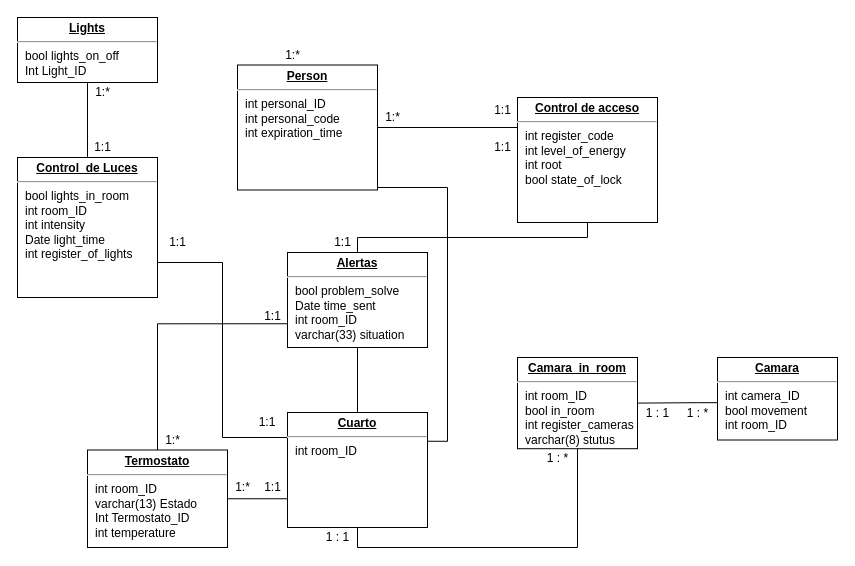
Above: act3/Tarea 3 en equipo.drawio in DemiurgeApeiron/A01028325-InternetOfThings (draw.io), before the change. Source tidied: cells renumbered, new cells numbered last; positions are measured from the earlier drawing's top-left corner, leaving out a move shared by most shapes. Both pictures are drawn from the tidied source at 100%, with x=0, y=0 at pixel (17, 17).
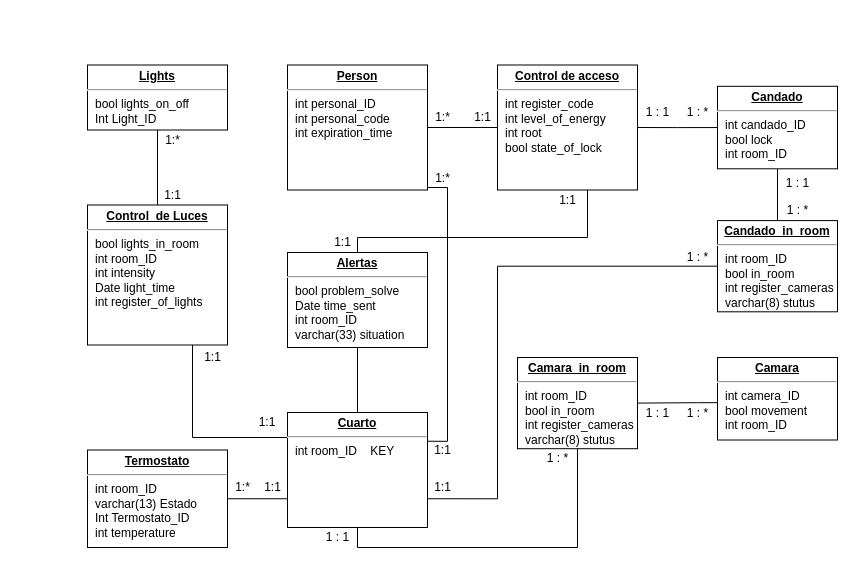
After the change.

Unchanged cells that the change refers to:
```xml
<mxCell id="5" value="&lt;p style=&quot;margin: 0px ; margin-top: 4px ; text-align: center ; text-decoration: underline&quot;&gt;&lt;b&gt;Alertas&lt;/b&gt;&lt;/p&gt;&lt;hr&gt;&lt;p style=&quot;margin: 0px ; margin-left: 8px&quot;&gt;bool problem_solve&lt;/p&gt;&lt;p style=&quot;margin: 0px ; margin-left: 8px&quot;&gt;Date time_sent&lt;/p&gt;&lt;p style=&quot;margin: 0px ; margin-left: 8px&quot;&gt;int room_ID&lt;/p&gt;&lt;p style=&quot;margin: 0px ; margin-left: 8px&quot;&gt;varchar(33) situation&lt;/p&gt;" style="verticalAlign=top;align=left;overflow=fill;fontSize=12;fontFamily=Helvetica;html=1;rounded=0;shadow=0;comic=0;labelBackgroundColor=none;strokeWidth=1;" parent="1" vertex="1">
  <mxGeometry x="270" y="235" width="140" height="95" as="geometry" />
</mxCell>
<mxCell id="27" value="&lt;p style=&quot;margin: 0px ; margin-top: 4px ; text-align: center ; text-decoration: underline&quot;&gt;&lt;b&gt;Termostato&lt;/b&gt;&lt;/p&gt;&lt;hr&gt;&lt;p style=&quot;margin: 0px ; margin-left: 8px&quot;&gt;int room_ID&lt;/p&gt;&lt;p style=&quot;margin: 0px ; margin-left: 8px&quot;&gt;varchar(13) Estado&lt;/p&gt;&lt;p style=&quot;margin: 0px ; margin-left: 8px&quot;&gt;Int Termostato_ID&lt;/p&gt;&lt;p style=&quot;margin: 0px ; margin-left: 8px&quot;&gt;int temperature&lt;/p&gt;" style="verticalAlign=top;align=left;overflow=fill;fontSize=12;fontFamily=Helvetica;html=1;rounded=0;shadow=0;comic=0;labelBackgroundColor=none;strokeWidth=1;" parent="1" vertex="1">
  <mxGeometry x="70" y="432.5" width="140" height="97.5" as="geometry" />
</mxCell>
```

Change to the diagram source:
```diff
@@
     <mxCell id="2" value="&lt;p style=&quot;margin: 0px ; margin-top: 4px ; text-align: center ; text-decoration: underline&quot;&gt;&lt;b&gt;Control&amp;nbsp; de Luces&lt;/b&gt;&lt;/p&gt;&lt;hr&gt;&lt;p style=&quot;margin: 0px ; margin-left: 8px&quot;&gt;bool lights_in_room&lt;/p&gt;&lt;p style=&quot;margin: 0px ; margin-left: 8px&quot;&gt;int room_ID&lt;/p&gt;&lt;p style=&quot;margin: 0px ; margin-left: 8px&quot;&gt;int intensity&lt;/p&gt;&lt;p style=&quot;margin: 0px ; margin-left: 8px&quot;&gt;Date light_time&lt;/p&gt;&lt;p style=&quot;margin: 0px ; margin-left: 8px&quot;&gt;int register_of_lights&lt;/p&gt;&lt;p style=&quot;margin: 0px ; margin-left: 8px&quot;&gt;&lt;br&gt;&lt;/p&gt;&lt;p style=&quot;margin: 0px ; margin-left: 8px&quot;&gt;&lt;br&gt;&lt;/p&gt;" style="verticalAlign=top;align=left;overflow=fill;fontSize=12;fontFamily=Helvetica;html=1;rounded=0;shadow=0;comic=0;labelBackgroundColor=none;strokeWidth=1;" parent="1" vertex="1">
-      <mxGeometry y="140" width="140" height="140" as="geometry" />
+      <mxGeometry x="70" y="187.5" width="140" height="140" as="geometry" />
     </mxCell>
@@
-    <mxCell id="6" style="edgeStyle=orthogonalEdgeStyle;rounded=0;html=1;exitX=0;exitY=0.25;entryX=1;entryY=0.75;labelBackgroundColor=none;endArrow=none;endFill=0;endSize=8;fontFamily=Verdana;fontSize=12;align=left;" parent="1" edge="1" source="7" target="2">
+    <mxCell id="6" style="edgeStyle=orthogonalEdgeStyle;rounded=0;html=1;exitX=0;exitY=0.25;entryX=0.75;entryY=1;labelBackgroundColor=none;endArrow=none;endFill=0;endSize=8;fontFamily=Verdana;fontSize=12;align=left;entryDx=0;entryDy=0;" parent="1" edge="1" source="7" target="2">
       <mxGeometry relative="1" as="geometry">
         <Array as="points">
           <mxPoint x="270" y="420" />
-          <mxPoint x="205" y="420" />
-          <mxPoint x="205" y="245" />
+          <mxPoint x="175" y="420" />
         </Array>
       </mxGeometry>
     </mxCell>
-    <mxCell id="7" value="&lt;p style=&quot;margin: 0px ; margin-top: 4px ; text-align: center ; text-decoration: underline&quot;&gt;&lt;b&gt;Cuarto&lt;/b&gt;&lt;/p&gt;&lt;hr&gt;&lt;p style=&quot;margin: 0px ; margin-left: 8px&quot;&gt;int room_ID&lt;/p&gt;&lt;p style=&quot;margin: 0px ; margin-left: 8px&quot;&gt;&lt;br&gt;&lt;/p&gt;" style="verticalAlign=top;align=left;overflow=fill;fontSize=12;fontFamily=Helvetica;html=1;rounded=0;shadow=0;comic=0;labelBackgroundColor=none;strokeWidth=1;" parent="1" vertex="1">
+    <mxCell id="7" value="&lt;p style=&quot;margin: 0px ; margin-top: 4px ; text-align: center ; text-decoration: underline&quot;&gt;&lt;b&gt;Cuarto&lt;/b&gt;&lt;/p&gt;&lt;hr&gt;&lt;p style=&quot;margin: 0px ; margin-left: 8px&quot;&gt;int room_ID&amp;nbsp;&amp;nbsp;&amp;nbsp; KEY&lt;br&gt;&lt;/p&gt;&lt;p style=&quot;margin: 0px ; margin-left: 8px&quot;&gt;&lt;br&gt;&lt;/p&gt;" style="verticalAlign=top;align=left;overflow=fill;fontSize=12;fontFamily=Helvetica;html=1;rounded=0;shadow=0;comic=0;labelBackgroundColor=none;strokeWidth=1;" parent="1" vertex="1">
       <mxGeometry x="270" y="395" width="140" height="115" as="geometry" />
     </mxCell>
@@
     <mxCell id="9" value="&lt;p style=&quot;margin: 0px ; margin-top: 4px ; text-align: center ; text-decoration: underline&quot;&gt;&lt;b&gt;Control de acceso&lt;/b&gt;&lt;/p&gt;&lt;hr&gt;&lt;p style=&quot;margin: 0px ; margin-left: 8px&quot;&gt;int register_code&lt;/p&gt;&lt;p style=&quot;margin: 0px ; margin-left: 8px&quot;&gt;int level_of_energy&lt;/p&gt;&lt;p style=&quot;margin: 0px ; margin-left: 8px&quot;&gt;int root&lt;/p&gt;&lt;p style=&quot;margin: 0px ; margin-left: 8px&quot;&gt;bool state_of_lock&lt;/p&gt;&lt;p style=&quot;margin: 0px ; margin-left: 8px&quot;&gt;&lt;br&gt;&lt;/p&gt;" style="verticalAlign=top;align=left;overflow=fill;fontSize=12;fontFamily=Helvetica;html=1;rounded=0;shadow=0;comic=0;labelBackgroundColor=none;strokeWidth=1;" parent="1" vertex="1">
-      <mxGeometry x="500" y="80" width="140" height="125" as="geometry" />
+      <mxGeometry x="480" y="47.5" width="140" height="125" as="geometry" />
     </mxCell>
@@
     <mxCell id="12" value="1:1" style="text;html=1;align=center;verticalAlign=middle;" parent="1" vertex="1">
-      <mxGeometry x="145" y="215" width="30" height="20" as="geometry" />
+      <mxGeometry x="180" y="330" width="30" height="20" as="geometry" />
     </mxCell>
@@
     <mxCell id="14" value="1:1" style="text;html=1;align=center;verticalAlign=middle;" parent="1" vertex="1">
-      <mxGeometry x="470" y="120" width="30" height="20" as="geometry" />
+      <mxGeometry x="535" y="172.5" width="30" height="20" as="geometry" />
     </mxCell>
-    <mxCell id="15" style="edgeStyle=orthogonalEdgeStyle;rounded=0;jettySize=auto;html=1;exitX=1;exitY=0.5;exitDx=0;exitDy=0;entryX=0;entryY=0.25;entryDx=0;entryDy=0;endArrow=none;endFill=0;" parent="1" edge="1" source="17" target="9">
-      <mxGeometry relative="1" as="geometry">
-        <Array as="points">
-          <mxPoint x="500" y="110" />
-        </Array>
-      </mxGeometry>
+    <mxCell id="15" style="edgeStyle=orthogonalEdgeStyle;rounded=0;jettySize=auto;html=1;exitX=1;exitY=0.5;exitDx=0;exitDy=0;entryX=0;entryY=0.5;entryDx=0;entryDy=0;endArrow=none;endFill=0;" parent="1" edge="1" source="17" target="9">
+      <mxGeometry relative="1" as="geometry" />
     </mxCell>
@@
     <mxCell id="17" value="&lt;p style=&quot;margin: 0px ; margin-top: 4px ; text-align: center ; text-decoration: underline&quot;&gt;&lt;b&gt;Person&lt;/b&gt;&lt;/p&gt;&lt;hr&gt;&lt;p style=&quot;margin: 0px ; margin-left: 8px&quot;&gt;int personal_ID&lt;/p&gt;&lt;p style=&quot;margin: 0px ; margin-left: 8px&quot;&gt;int personal_code&lt;/p&gt;&lt;p style=&quot;margin: 0px ; margin-left: 8px&quot;&gt;int expiration_time&lt;/p&gt;" style="verticalAlign=top;align=left;overflow=fill;fontSize=12;fontFamily=Helvetica;html=1;rounded=0;shadow=0;comic=0;labelBackgroundColor=none;strokeWidth=1;" parent="1" vertex="1">
-      <mxGeometry x="220" y="47.5" width="140" height="125" as="geometry" />
+      <mxGeometry x="270" y="47.5" width="140" height="125" as="geometry" />
     </mxCell>
-    <mxCell id="18" value="1:*" style="text;html=1;align=center;verticalAlign=middle;" parent="1" vertex="1">
-      <mxGeometry x="260" y="27.5" width="30" height="20" as="geometry" />
-    </mxCell>
     <mxCell id="19" value="1:1" style="text;html=1;align=center;verticalAlign=middle;" parent="1" vertex="1">
-      <mxGeometry x="470" y="82.5" width="30" height="20" as="geometry" />
+      <mxGeometry x="450" y="90" width="30" height="20" as="geometry" />
     </mxCell>
     <mxCell id="20" value="1:*" style="text;html=1;align=center;verticalAlign=middle;" parent="1" vertex="1">
-      <mxGeometry x="360" y="90" width="30" height="20" as="geometry" />
+      <mxGeometry x="410" y="90" width="30" height="20" as="geometry" />
     </mxCell>
@@
     <mxCell id="22" value="&lt;p style=&quot;margin: 0px ; margin-top: 4px ; text-align: center ; text-decoration: underline&quot;&gt;&lt;b&gt;Lights&lt;/b&gt;&lt;/p&gt;&lt;hr&gt;&lt;p style=&quot;margin: 0px ; margin-left: 8px&quot;&gt;bool lights_on_off&lt;/p&gt;&lt;p style=&quot;margin: 0px ; margin-left: 8px&quot;&gt;Int Light_ID&lt;br&gt;&lt;/p&gt;&lt;p style=&quot;margin: 0px ; margin-left: 8px&quot;&gt;&lt;br&gt;&lt;/p&gt;" style="verticalAlign=top;align=left;overflow=fill;fontSize=12;fontFamily=Helvetica;html=1;rounded=0;shadow=0;comic=0;labelBackgroundColor=none;strokeWidth=1;" parent="1" vertex="1">
-      <mxGeometry width="140" height="65" as="geometry" />
+      <mxGeometry x="70" y="47.5" width="140" height="65" as="geometry" />
     </mxCell>
@@
-    <mxCell id="26" style="edgeStyle=orthogonalEdgeStyle;rounded=0;jettySize=auto;html=1;entryX=0;entryY=0.75;entryDx=0;entryDy=0;endArrow=none;endFill=0;" parent="1" edge="1" source="27" target="5">
-      <mxGeometry relative="1" as="geometry">
-        <Array as="points">
-          <mxPoint x="140" y="306" />
-        </Array>
-      </mxGeometry>
-    </mxCell>
@@
     <mxCell id="32" value="1:1" style="text;html=1;align=center;verticalAlign=middle;" parent="1" vertex="1">
-      <mxGeometry x="70" y="120" width="30" height="20" as="geometry" />
+      <mxGeometry x="140" y="167.5" width="30" height="20" as="geometry" />
     </mxCell>
     <mxCell id="33" value="1:*" style="text;html=1;align=center;verticalAlign=middle;" parent="1" vertex="1">
-      <mxGeometry x="70" y="65" width="30" height="20" as="geometry" />
+      <mxGeometry x="140" y="112.5" width="30" height="20" as="geometry" />
     </mxCell>
@@
-    <mxCell id="36" value="1:1" style="text;html=1;align=center;verticalAlign=middle;" parent="1" vertex="1">
-      <mxGeometry x="240" y="288.8" width="30" height="20" as="geometry" />
-    </mxCell>
-    <mxCell id="37" value="1:*" style="text;html=1;align=center;verticalAlign=middle;" parent="1" vertex="1">
-      <mxGeometry x="140" y="412.5" width="30" height="20" as="geometry" />
-    </mxCell>
+    <mxCell id="38" style="edgeStyle=orthogonalEdgeStyle;rounded=0;jettySize=auto;html=1;endArrow=none;endFill=0;entryX=0.5;entryY=0;entryDx=0;entryDy=0;" parent="1" edge="1" source="40" target="43">
+      <mxGeometry relative="1" as="geometry" />
+    </mxCell>
+    <mxCell id="39" style="edgeStyle=orthogonalEdgeStyle;rounded=0;jettySize=auto;html=1;exitX=0;exitY=0.5;exitDx=0;exitDy=0;entryX=1;entryY=0.5;entryDx=0;entryDy=0;endArrow=none;endFill=0;" parent="1" edge="1" source="40" target="9">
+      <mxGeometry relative="1" as="geometry" />
+    </mxCell>
+    <mxCell id="40" value="&lt;p style=&quot;margin: 0px ; margin-top: 4px ; text-align: center ; text-decoration: underline&quot;&gt;&lt;b&gt;Candado&lt;/b&gt;&lt;/p&gt;&lt;hr&gt;&lt;p style=&quot;margin: 0px ; margin-left: 8px&quot;&gt;int candado_ID&lt;/p&gt;&lt;p style=&quot;margin: 0px ; margin-left: 8px&quot;&gt;bool lock&lt;/p&gt;&lt;p style=&quot;margin: 0px ; margin-left: 8px&quot;&gt;int room_ID&lt;/p&gt;" style="verticalAlign=top;align=left;overflow=fill;fontSize=12;fontFamily=Helvetica;html=1;rounded=0;shadow=0;comic=0;labelBackgroundColor=none;strokeWidth=1;" parent="1" vertex="1">
+      <mxGeometry x="700" y="68.8" width="120" height="82.5" as="geometry" />
+    </mxCell>
+    <mxCell id="41" value="1 : *" style="text;html=1;align=center;verticalAlign=middle;" parent="1" vertex="1">
+      <mxGeometry x="760" y="183.1" width="40" height="20" as="geometry" />
+    </mxCell>
+    <mxCell id="42" style="edgeStyle=orthogonalEdgeStyle;rounded=0;jettySize=auto;html=1;exitX=0;exitY=0.5;exitDx=0;exitDy=0;endArrow=none;endFill=0;entryX=1;entryY=0.75;entryDx=0;entryDy=0;" parent="1" edge="1" source="43" target="7">
+      <mxGeometry relative="1" as="geometry">
+        <Array as="points">
+          <mxPoint x="480" y="249" />
+          <mxPoint x="480" y="481" />
+        </Array>
+      </mxGeometry>
+    </mxCell>
+    <mxCell id="43" value="&lt;p style=&quot;margin: 0px ; margin-top: 4px ; text-align: center ; text-decoration: underline&quot;&gt;&lt;b&gt;Candado_in_room&lt;/b&gt;&lt;/p&gt;&lt;hr&gt;&lt;p style=&quot;margin: 0px ; margin-left: 8px&quot;&gt;int room_ID&lt;/p&gt;&lt;p style=&quot;margin: 0px ; margin-left: 8px&quot;&gt;bool in_room&lt;/p&gt;&lt;p style=&quot;margin: 0px ; margin-left: 8px&quot;&gt;int register_cameras&lt;/p&gt;&lt;p style=&quot;margin: 0px ; margin-left: 8px&quot;&gt;varchar(8) stutus&lt;br&gt;&lt;/p&gt;" style="verticalAlign=top;align=left;overflow=fill;fontSize=12;fontFamily=Helvetica;html=1;rounded=0;shadow=0;comic=0;labelBackgroundColor=none;strokeWidth=1;" parent="1" vertex="1">
+      <mxGeometry x="700" y="203.1" width="120" height="91.2" as="geometry" />
+    </mxCell>
+    <mxCell id="44" value="1 : 1" style="text;html=1;align=center;verticalAlign=middle;" parent="1" vertex="1">
+      <mxGeometry x="760" y="156.2" width="40" height="20" as="geometry" />
+    </mxCell>
+    <mxCell id="45" value="1 : 1" style="text;html=1;align=center;verticalAlign=middle;" parent="1" vertex="1">
+      <mxGeometry x="620" y="85" width="40" height="20" as="geometry" />
+    </mxCell>
+    <mxCell id="46" value="1 : *" style="text;html=1;align=center;verticalAlign=middle;" parent="1" vertex="1">
+      <mxGeometry x="660" y="85" width="40" height="20" as="geometry" />
+    </mxCell>
+    <mxCell id="47" value="1:1" style="text;html=1;align=center;verticalAlign=middle;" parent="1" vertex="1">
+      <mxGeometry x="410" y="422.5" width="30" height="20" as="geometry" />
+    </mxCell>
+    <mxCell id="48" value="1:*" style="text;html=1;align=center;verticalAlign=middle;" parent="1" vertex="1">
+      <mxGeometry x="410" y="151.2" width="30" height="20" as="geometry" />
+    </mxCell>
+    <mxCell id="49" value="1:1" style="text;html=1;align=center;verticalAlign=middle;" parent="1" vertex="1">
+      <mxGeometry x="410" y="460" width="30" height="20" as="geometry" />
+    </mxCell>
+    <mxCell id="50" value="1 : *" style="text;html=1;align=center;verticalAlign=middle;" parent="1" vertex="1">
+      <mxGeometry x="660" y="230" width="40" height="20" as="geometry" />
+    </mxCell>
```
